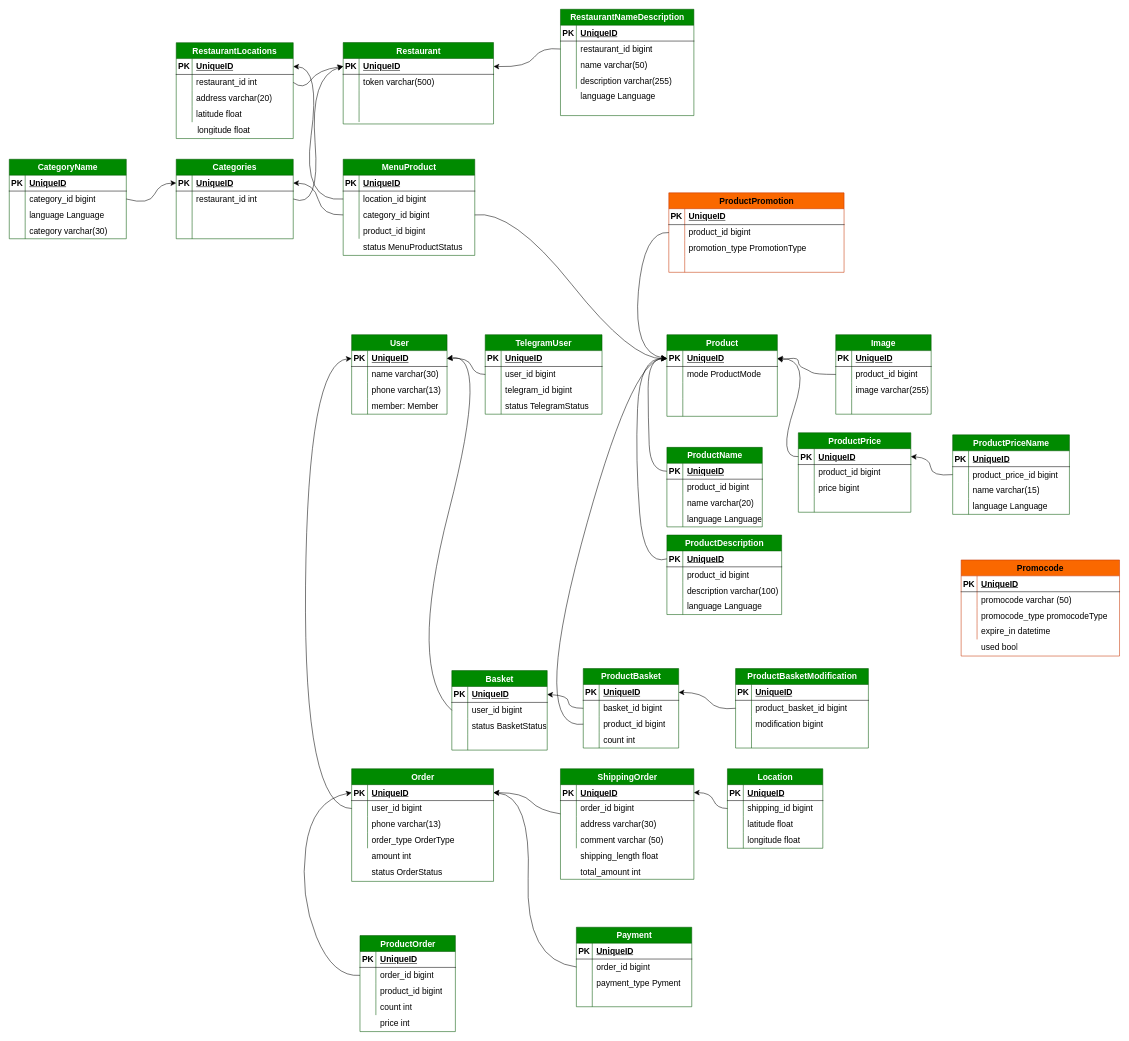
KmvRoman/Diagrams keeps this draw.io diagram as page "db scheme" (2 of 2) of restaurant.drawio. Above is the earlier version. Source tidied: cells renumbered, new cells numbered last; positions are measured from the earlier drawing's top-left corner, leaving out a move shared by most shapes. Both pictures are drawn from the tidied source at 53%, with x=0, y=0 at pixel (9, 9).
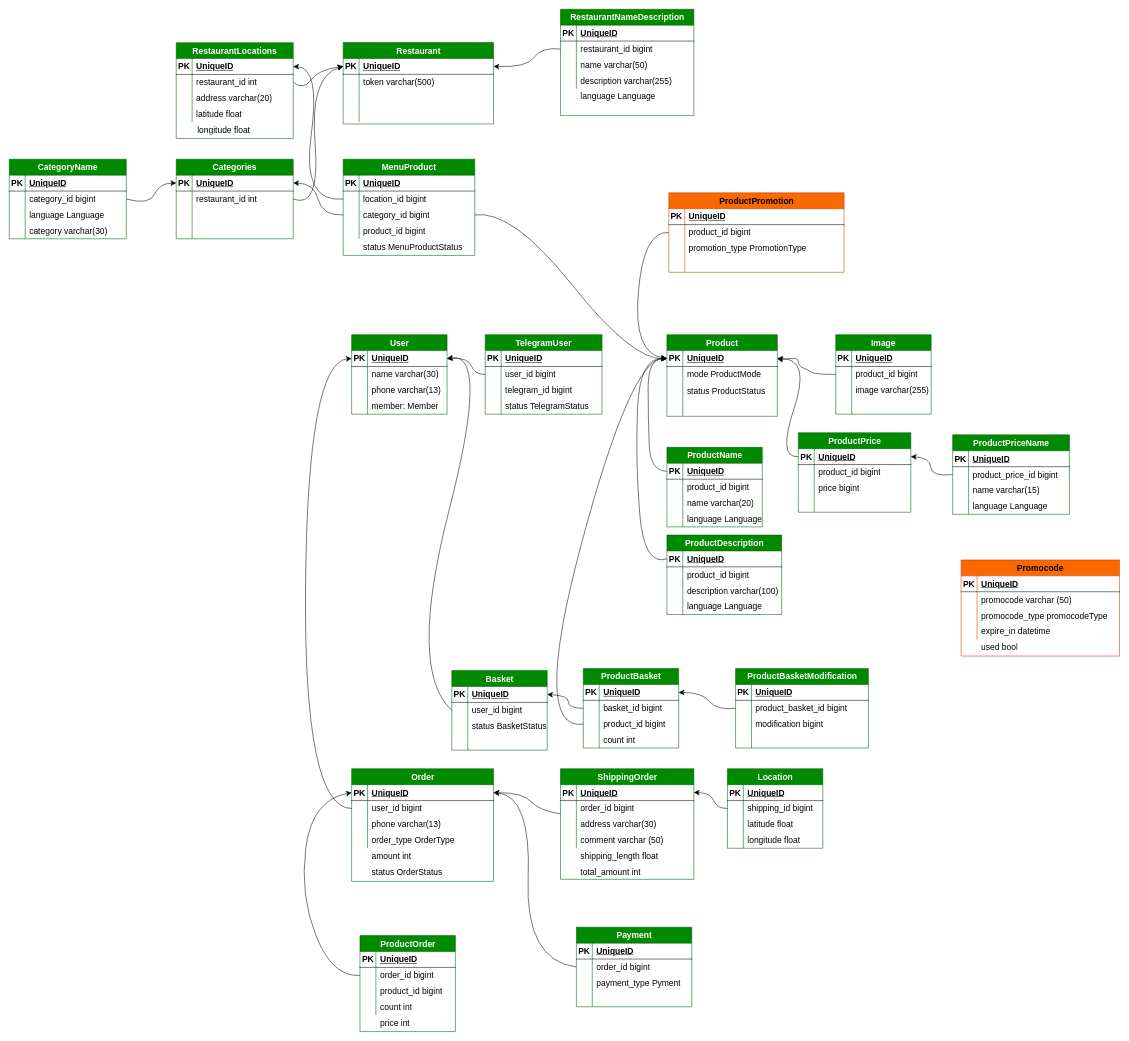
After the change.

What changed in the source:
```diff
@@
+    <mxCell id="347" value="status ProductStatus" style="shape=partialRectangle;fillColor=none;top=0;left=0;bottom=0;right=0;align=left;spacingLeft=6;overflow=hidden;whiteSpace=wrap;html=1;fontSize=16;" parent="1" vertex="1">
+      <mxGeometry x="1270.8" y="704.5" width="178.4" height="30" as="geometry" />
+    </mxCell>
```
